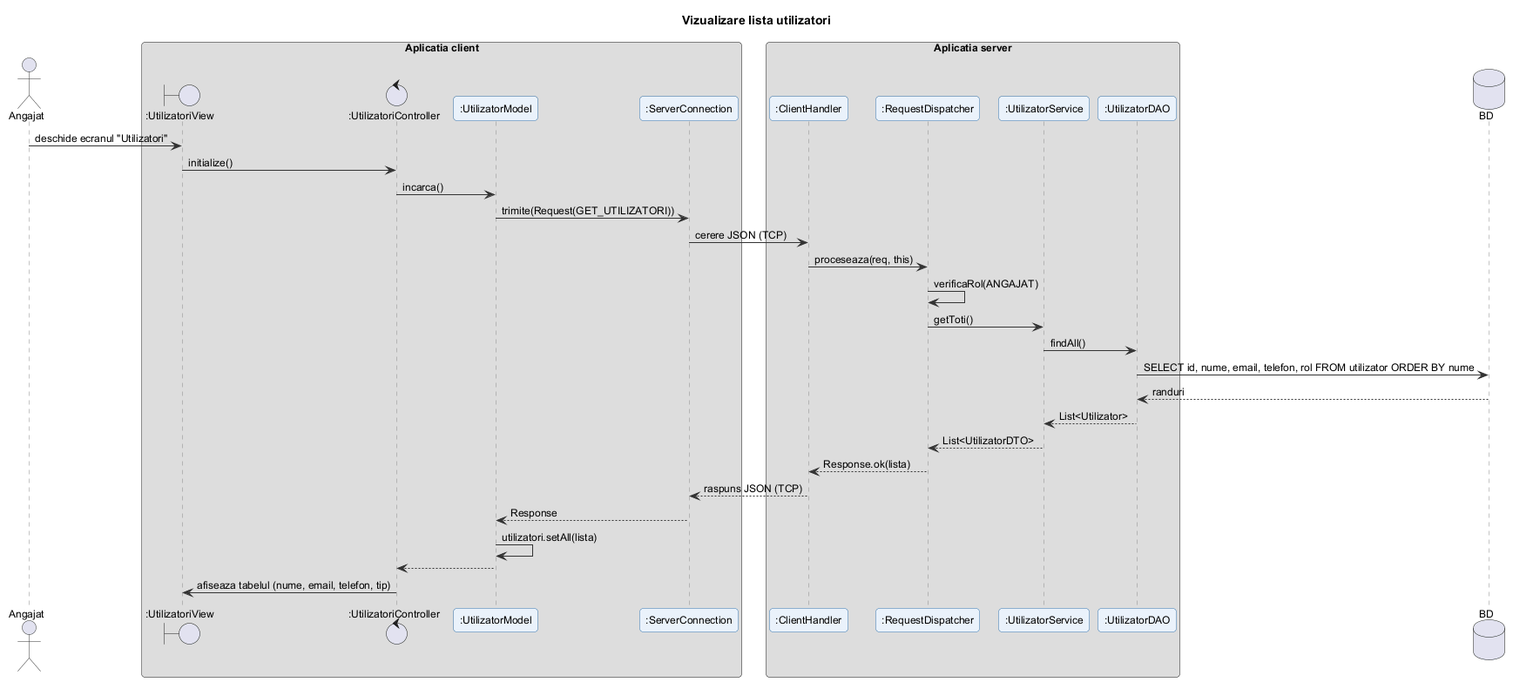
Above: docs/diagrame/6_secventa/vizualizare_lista_utilizatori.png in filip-eanu/ProiectIS (PlantUML), before the change.
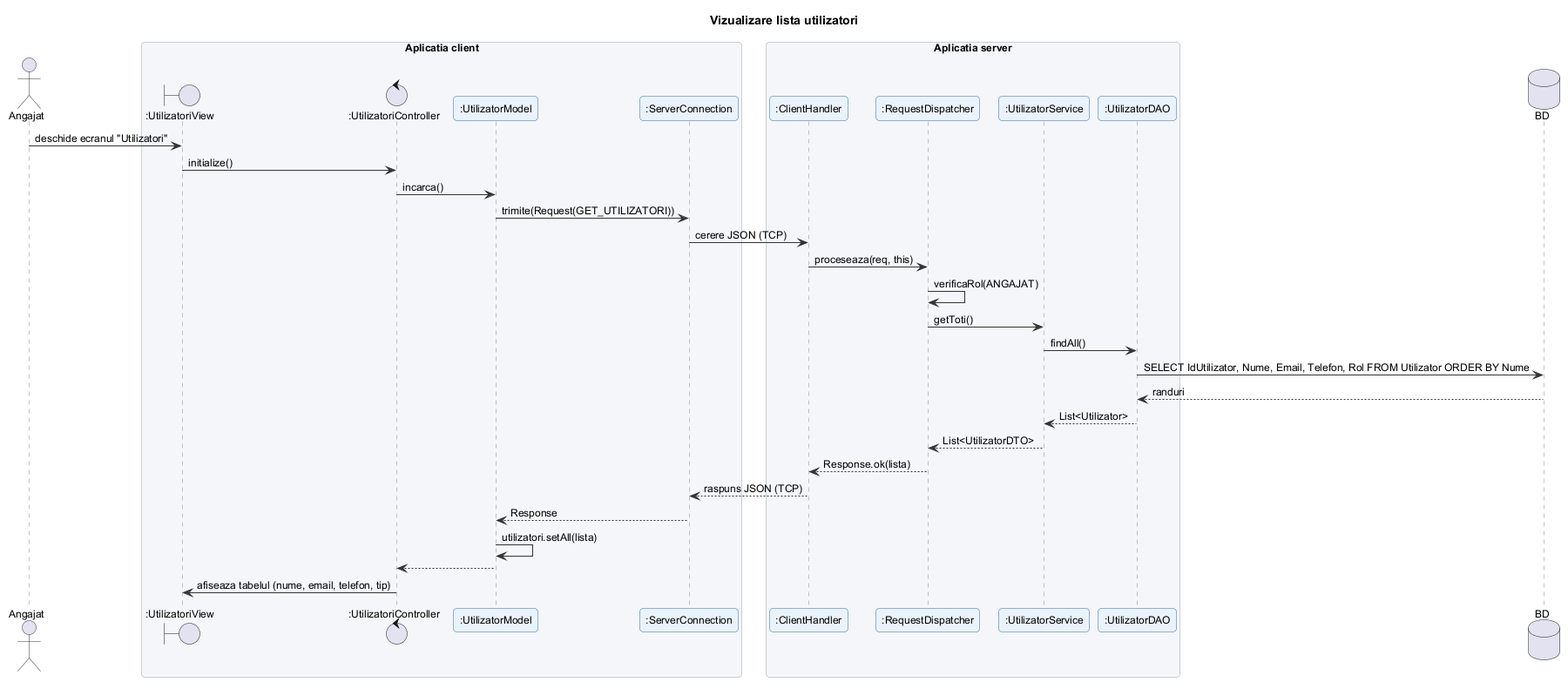
The same file after the commit.

Diff of the diagram source:
```diff
@@ -26,7 +26,7 @@
 RD -> RD : verificaRol(ANGAJAT)
 RD -> S : getToti()
 S -> D : findAll()
-D -> DB : SELECT id, nume, email, telefon, rol FROM utilizator ORDER BY nume
+D -> DB : SELECT IdUtilizator, Nume, Email, Telefon, Rol FROM Utilizator ORDER BY Nume
 DB --> D : randuri
 D --> S : List<Utilizator>
 S --> RD : List<UtilizatorDTO>
```
